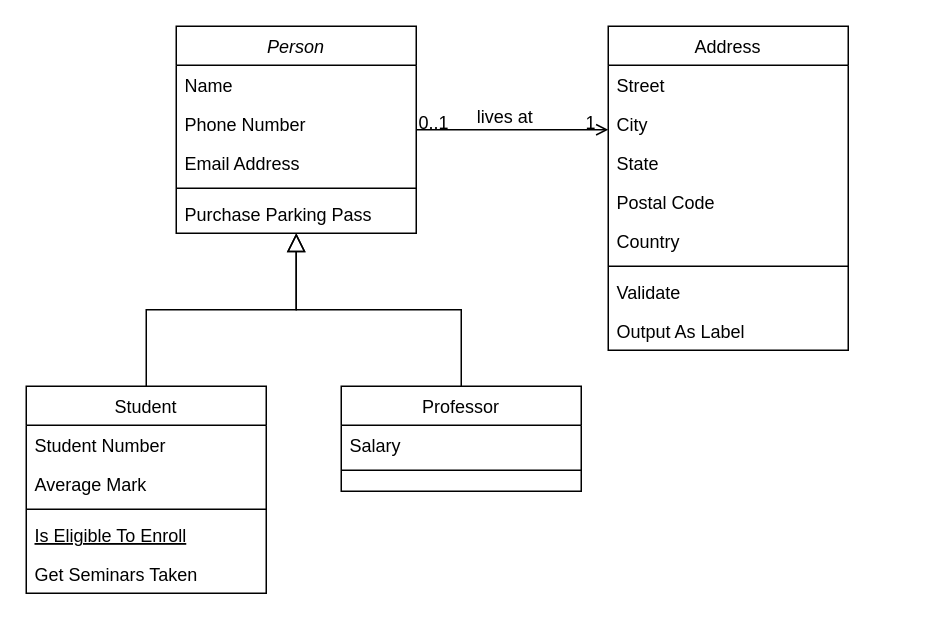
Earlier version of the draw.io diagram src/Untitled Diagram.drawio (CrisisHD23/facile-challenge). Source tidied: cells renumbered, new cells numbered last; positions are measured from the earlier drawing's top-left corner, leaving out a move shared by most shapes. Both pictures are drawn from the tidied source at 150%, with x=0, y=0 at pixel (26, 26).
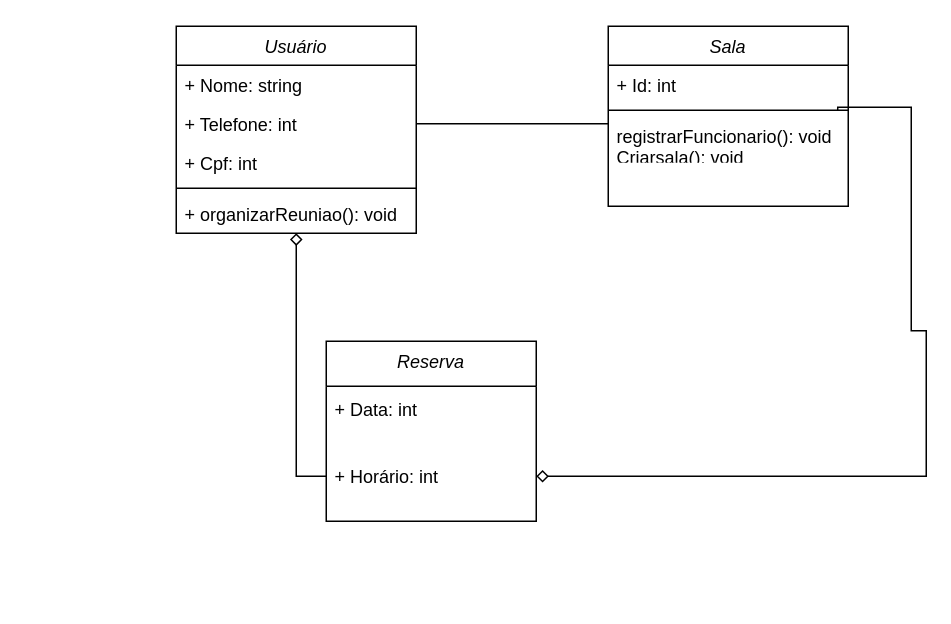
The same page after the edit.

Change to the diagram source:
```diff
@@
-    <mxCell id="2" value="Person" style="swimlane;fontStyle=2;align=center;verticalAlign=top;horizontal=1;startSize=26;rounded=0;shadow=0;strokeWidth=1;" parent="1" vertex="1">
+    <mxCell id="2" value="Usuário" style="swimlane;fontStyle=2;align=center;verticalAlign=top;horizontal=1;startSize=26;rounded=0;shadow=0;strokeWidth=1;" parent="1" vertex="1">
       <mxGeometry x="100" width="160" height="138" as="geometry" />
     </mxCell>
-    <mxCell id="3" value="Name" style="text;align=left;verticalAlign=top;spacingLeft=4;spacingRight=4;overflow=hidden;" parent="2" vertex="1">
+    <mxCell id="3" value="+ Nome: string" style="text;align=left;verticalAlign=top;spacingLeft=4;spacingRight=4;overflow=hidden;" parent="2" vertex="1">
       <mxGeometry y="26" width="160" height="26" as="geometry" />
     </mxCell>
-    <mxCell id="4" value="Phone Number" style="text;align=left;verticalAlign=top;spacingLeft=4;spacingRight=4;overflow=hidden;points=[[0,0.5],[1,0.5]];portConstraint=eastwest;rounded=0;shadow=0;html=0;" parent="2" vertex="1">
+    <mxCell id="4" value="+ Telefone: int" style="text;align=left;verticalAlign=top;spacingLeft=4;spacingRight=4;overflow=hidden;points=[[0,0.5],[1,0.5]];portConstraint=eastwest;rounded=0;shadow=0;html=0;" parent="2" vertex="1">
       <mxGeometry y="52" width="160" height="26" as="geometry" />
     </mxCell>
-    <mxCell id="5" value="Email Address" style="text;align=left;verticalAlign=top;spacingLeft=4;spacingRight=4;overflow=hidden;rounded=0;shadow=0;html=0;" parent="2" vertex="1">
+    <mxCell id="5" value="+ Cpf: int&#10;" style="text;align=left;verticalAlign=top;spacingLeft=4;spacingRight=4;overflow=hidden;rounded=0;shadow=0;html=0;" parent="2" vertex="1">
       <mxGeometry y="78" width="160" height="26" as="geometry" />
     </mxCell>
@@
-    <mxCell id="7" value="Purchase Parking Pass" style="text;align=left;verticalAlign=top;spacingLeft=4;spacingRight=4;overflow=hidden;points=[[0,0.5],[1,0.5]];portConstraint=eastwest;" parent="2" vertex="1">
+    <mxCell id="7" value="+ organizarReuniao(): void" style="text;align=left;verticalAlign=top;spacingLeft=4;spacingRight=4;overflow=hidden;points=[[0,0.5],[1,0.5]];portConstraint=eastwest;" parent="2" vertex="1">
       <mxGeometry y="112" width="160" height="26" as="geometry" />
     </mxCell>
-    <mxCell id="8" value="Student" style="swimlane;fontStyle=0;align=center;verticalAlign=top;horizontal=1;startSize=26;rounded=0;shadow=0;strokeWidth=1;" parent="1" vertex="1">
-      <mxGeometry y="240" width="160" height="138" as="geometry" />
-    </mxCell>
-    <mxCell id="9" value="Student Number" style="text;align=left;verticalAlign=top;spacingLeft=4;spacingRight=4;overflow=hidden;" parent="8" vertex="1">
-      <mxGeometry y="26" width="160" height="26" as="geometry" />
-    </mxCell>
-    <mxCell id="10" value="Average Mark" style="text;align=left;verticalAlign=top;spacingLeft=4;spacingRight=4;overflow=hidden;rounded=0;shadow=0;html=0;" parent="8" vertex="1">
-      <mxGeometry y="52" width="160" height="26" as="geometry" />
-    </mxCell>
-    <mxCell id="11" style="line;html=1;strokeWidth=1;align=left;verticalAlign=middle;spacingTop=-1;spacingLeft=3;spacingRight=3;labelPosition=right;" parent="8" vertex="1">
-      <mxGeometry y="78" width="160" height="8" as="geometry" />
-    </mxCell>
-    <mxCell id="12" value="Is Eligible To Enroll" style="text;align=left;verticalAlign=top;spacingLeft=4;spacingRight=4;overflow=hidden;fontStyle=4;" parent="8" vertex="1">
-      <mxGeometry y="86" width="160" height="26" as="geometry" />
-    </mxCell>
-    <mxCell id="13" value="Get Seminars Taken" style="text;align=left;verticalAlign=top;spacingLeft=4;spacingRight=4;overflow=hidden;" parent="8" vertex="1">
-      <mxGeometry y="112" width="160" height="26" as="geometry" />
-    </mxCell>
-    <mxCell id="14" style="endArrow=block;endSize=10;endFill=0;shadow=0;strokeWidth=1;rounded=0;edgeStyle=elbowEdgeStyle;elbow=vertical;" parent="1" edge="1" source="8" target="2">
-      <mxGeometry relative="1" as="geometry" />
-    </mxCell>
-    <mxCell id="15" value="Professor" style="swimlane;fontStyle=0;align=center;verticalAlign=top;horizontal=1;startSize=26;rounded=0;shadow=0;strokeWidth=1;" parent="1" vertex="1">
-      <mxGeometry x="210" y="240" width="160" height="70" as="geometry" />
-    </mxCell>
-    <mxCell id="16" value="Salary" style="text;align=left;verticalAlign=top;spacingLeft=4;spacingRight=4;overflow=hidden;" parent="15" vertex="1">
-      <mxGeometry y="26" width="160" height="26" as="geometry" />
-    </mxCell>
-    <mxCell id="17" style="line;html=1;strokeWidth=1;align=left;verticalAlign=middle;spacingTop=-1;spacingLeft=3;spacingRight=3;labelPosition=right;" parent="15" vertex="1">
-      <mxGeometry y="52" width="160" height="8" as="geometry" />
-    </mxCell>
-    <mxCell id="18" style="endArrow=block;endSize=10;endFill=0;shadow=0;strokeWidth=1;rounded=0;edgeStyle=elbowEdgeStyle;elbow=vertical;" parent="1" edge="1" source="15" target="2">
-      <mxGeometry relative="1" as="geometry" />
-    </mxCell>
-    <mxCell id="19" value="Address" style="swimlane;fontStyle=0;align=center;verticalAlign=top;horizontal=1;startSize=26;rounded=0;shadow=0;strokeWidth=1;" parent="1" vertex="1">
-      <mxGeometry x="388" width="160" height="216" as="geometry" />
+    <mxCell id="19" value="Sala" style="swimlane;fontStyle=2;align=center;verticalAlign=top;horizontal=1;startSize=26;rounded=0;shadow=0;strokeWidth=1;" parent="1" vertex="1">
+      <mxGeometry x="388" width="160" height="120" as="geometry" />
     </mxCell>
-    <mxCell id="20" value="Street" style="text;align=left;verticalAlign=top;spacingLeft=4;spacingRight=4;overflow=hidden;" parent="19" vertex="1">
+    <mxCell id="20" value="+ Id: int" style="text;align=left;verticalAlign=top;spacingLeft=4;spacingRight=4;overflow=hidden;" parent="19" vertex="1">
       <mxGeometry y="26" width="160" height="26" as="geometry" />
     </mxCell>
-    <mxCell id="21" value="City" style="text;align=left;verticalAlign=top;spacingLeft=4;spacingRight=4;overflow=hidden;rounded=0;shadow=0;html=0;" parent="19" vertex="1">
-      <mxGeometry y="52" width="160" height="26" as="geometry" />
-    </mxCell>
-    <mxCell id="22" value="State" style="text;align=left;verticalAlign=top;spacingLeft=4;spacingRight=4;overflow=hidden;rounded=0;shadow=0;html=0;" parent="19" vertex="1">
-      <mxGeometry y="78" width="160" height="26" as="geometry" />
-    </mxCell>
-    <mxCell id="23" value="Postal Code" style="text;align=left;verticalAlign=top;spacingLeft=4;spacingRight=4;overflow=hidden;rounded=0;shadow=0;html=0;" parent="19" vertex="1">
-      <mxGeometry y="104" width="160" height="26" as="geometry" />
-    </mxCell>
-    <mxCell id="24" value="Country" style="text;align=left;verticalAlign=top;spacingLeft=4;spacingRight=4;overflow=hidden;rounded=0;shadow=0;html=0;" parent="19" vertex="1">
-      <mxGeometry y="130" width="160" height="26" as="geometry" />
-    </mxCell>
     <mxCell id="25" style="line;html=1;strokeWidth=1;align=left;verticalAlign=middle;spacingTop=-1;spacingLeft=3;spacingRight=3;labelPosition=right;" parent="19" vertex="1">
-      <mxGeometry y="156" width="160" height="8" as="geometry" />
+      <mxGeometry y="52" width="160" height="8" as="geometry" />
     </mxCell>
-    <mxCell id="26" value="Validate" style="text;align=left;verticalAlign=top;spacingLeft=4;spacingRight=4;overflow=hidden;points=[[0,0.5],[1,0.5]];portConstraint=eastwest;" parent="19" vertex="1">
-      <mxGeometry y="164" width="160" height="26" as="geometry" />
+    <mxCell id="26" value="registrarFuncionario(): void&#10;Criarsala(): void&#10;" style="text;align=left;verticalAlign=top;spacingLeft=4;spacingRight=4;overflow=hidden;points=[[0,0.5],[1,0.5]];portConstraint=eastwest;" parent="19" vertex="1">
+      <mxGeometry y="60" width="160" height="26" as="geometry" />
     </mxCell>
-    <mxCell id="27" value="Output As Label" style="text;align=left;verticalAlign=top;spacingLeft=4;spacingRight=4;overflow=hidden;" parent="19" vertex="1">
-      <mxGeometry y="190" width="160" height="26" as="geometry" />
-    </mxCell>
-    <mxCell id="28" style="endArrow=open;shadow=0;strokeWidth=1;rounded=0;endFill=1;edgeStyle=elbowEdgeStyle;elbow=vertical;" parent="1" edge="1" source="2" target="19">
-      <mxGeometry x="0.5" y="41" relative="1" as="geometry">
-        <mxPoint x="-40" y="32" as="offset" />
-      </mxGeometry>
-    </mxCell>
-    <mxCell id="29" value="0..1" style="align=left;verticalAlign=bottom;labelBackgroundColor=none;fontSize=12;" parent="28" vertex="1">
-      <mxGeometry x="-1" relative="1" as="geometry">
-        <mxPoint y="4" as="offset" />
-      </mxGeometry>
-    </mxCell>
-    <mxCell id="30" value="1" style="align=right;verticalAlign=bottom;labelBackgroundColor=none;fontSize=12;" parent="28" vertex="1">
-      <mxGeometry x="1" relative="1" as="geometry">
-        <mxPoint x="-7" y="4" as="offset" />
-      </mxGeometry>
-    </mxCell>
-    <mxCell id="31" value="lives at" style="text;html=1;align=center;verticalAlign=middle;labelBackgroundColor=none;rounded=0;shadow=0;strokeWidth=1;fontSize=12;" parent="28" vertex="1">
-      <mxGeometry x="0.5" y="49" relative="1" as="geometry">
-        <mxPoint x="-38" y="40" as="offset" />
-      </mxGeometry>
-    </mxCell>
+    <mxCell id="32" value="Reserva" style="swimlane;fontStyle=2;horizontal=1;startSize=30;verticalAlign=top;" parent="1" vertex="1">
+      <mxGeometry x="200" y="210" width="140" height="120" as="geometry" />
+    </mxCell>
+    <mxCell id="33" value="+ Data: int" style="text;strokeColor=none;fillColor=none;align=left;verticalAlign=middle;spacingLeft=4;spacingRight=4;overflow=hidden;" parent="32" vertex="1">
+      <mxGeometry y="30" width="140" height="30" as="geometry" />
+    </mxCell>
+    <mxCell id="34" value="+ Horário: int" style="text;strokeColor=none;fillColor=none;align=left;verticalAlign=middle;spacingLeft=4;spacingRight=4;overflow=hidden;points=[[0,0.5],[1,0.5]];portConstraint=eastwest;" parent="32" vertex="1">
+      <mxGeometry y="60" width="140" height="60" as="geometry" />
+    </mxCell>
+    <mxCell id="35" style="edgeStyle=orthogonalEdgeStyle;rounded=0;jettySize=auto;html=1;exitX=0;exitY=0.5;exitDx=0;exitDy=0;entryX=0.5;entryY=1;entryDx=0;entryDy=0;entryPerimeter=0;endArrow=diamond;endFill=0;" parent="1" edge="1" source="34" target="7">
+      <mxGeometry relative="1" as="geometry" />
+    </mxCell>
+    <mxCell id="36" style="edgeStyle=orthogonalEdgeStyle;rounded=0;jettySize=auto;html=1;exitX=0.956;exitY=-0.154;exitDx=0;exitDy=0;entryX=1;entryY=0.5;entryDx=0;entryDy=0;endArrow=diamond;endFill=0;exitPerimeter=0;" parent="1" edge="1" source="26" target="34">
+      <mxGeometry relative="1" as="geometry">
+        <Array as="points">
+          <mxPoint x="541" y="54" />
+          <mxPoint x="590" y="54" />
+          <mxPoint x="590" y="203" />
+          <mxPoint x="600" y="203" />
+          <mxPoint x="600" y="300" />
+        </Array>
+      </mxGeometry>
+    </mxCell>
+    <mxCell id="37" style="edgeStyle=orthogonalEdgeStyle;rounded=0;jettySize=auto;html=1;endArrow=none;endFill=0;entryX=0;entryY=0.5;entryDx=0;entryDy=0;" parent="1" edge="1" source="4">
+      <mxGeometry relative="1" as="geometry">
+        <mxPoint x="388" y="65" as="targetPoint" />
+      </mxGeometry>
+    </mxCell>
```
